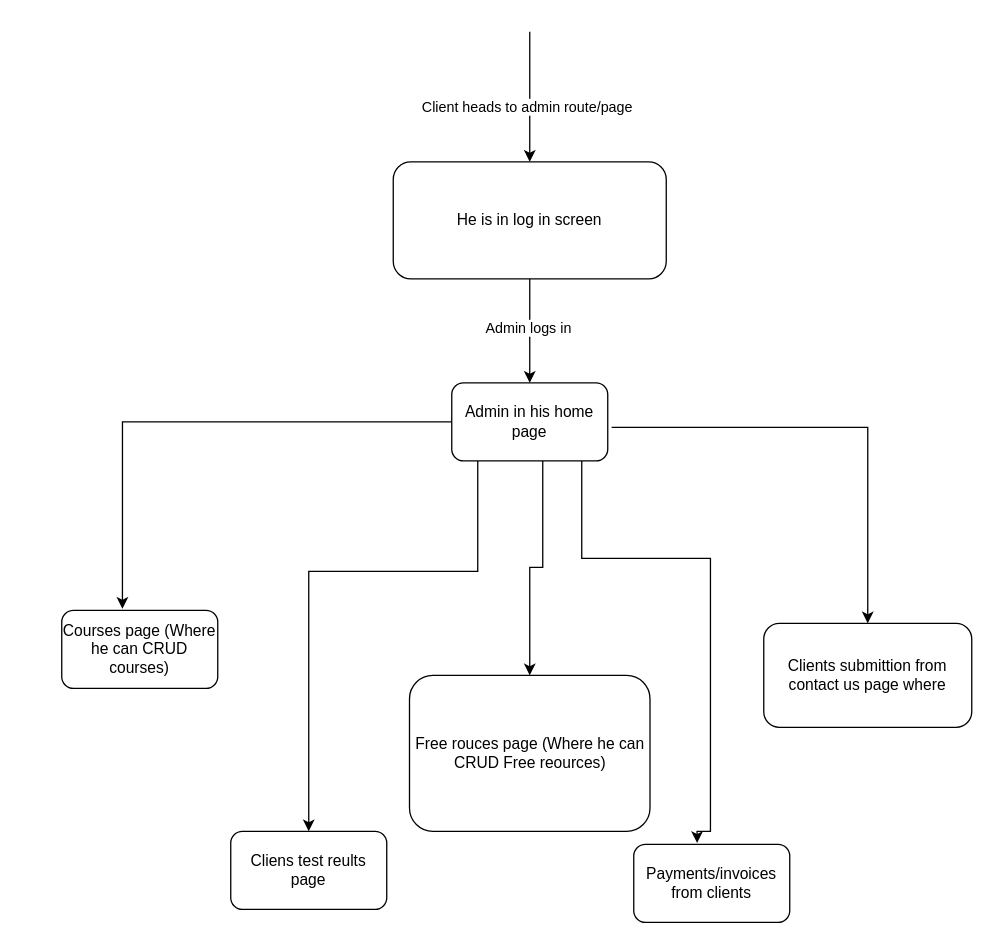
Above: page "AdminPanelPage" (9 of 9) of Untitled Diagram.drawio in tariq7299/ArabicApp (draw.io), before the change. Source tidied: cells renumbered, new cells numbered last; positions are measured from the earlier drawing's top-left corner, leaving out a move shared by most shapes. Both pictures are drawn from the tidied source at 130%, with x=0, y=0 at pixel (61, 31).
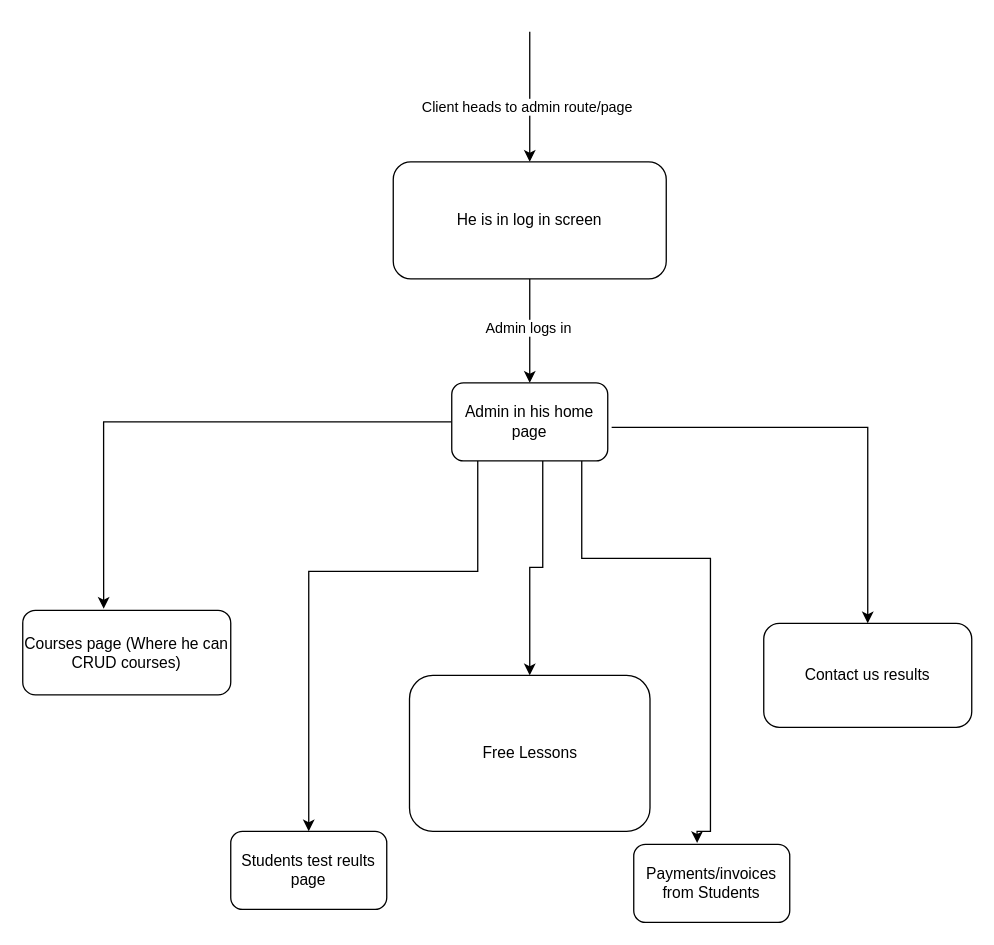
Above is the later version.

Change to the diagram source:
```diff
@@
     <mxCell id="12" value="Courses page (Where he can CRUD courses)" style="rounded=1;whiteSpace=wrap;html=1;" parent="1" vertex="1">
-      <mxGeometry y="445" width="120" height="60" as="geometry" />
+      <mxGeometry x="-30" y="445" width="160" height="65" as="geometry" />
     </mxCell>
-    <mxCell id="13" value="Free rouces page (Where he can CRUD Free reources)" style="rounded=1;whiteSpace=wrap;html=1;" parent="1" vertex="1">
+    <mxCell id="13" value="Free Lessons" style="rounded=1;whiteSpace=wrap;html=1;" parent="1" vertex="1">
       <mxGeometry x="267.5" y="495" width="185" height="120" as="geometry" />
     </mxCell>
-    <mxCell id="14" value="Clients submittion from contact us page where" style="rounded=1;whiteSpace=wrap;html=1;" parent="1" vertex="1">
+    <mxCell id="14" value="Contact us results" style="rounded=1;whiteSpace=wrap;html=1;" parent="1" vertex="1">
       <mxGeometry x="540" y="455" width="160" height="80" as="geometry" />
     </mxCell>
-    <mxCell id="15" value="Cliens test reults page" style="rounded=1;whiteSpace=wrap;html=1;" parent="1" vertex="1">
+    <mxCell id="15" value="Students test reults page" style="rounded=1;whiteSpace=wrap;html=1;" parent="1" vertex="1">
       <mxGeometry x="130" y="615" width="120" height="60" as="geometry" />
     </mxCell>
-    <mxCell id="16" value="Payments/invoices from clients" style="rounded=1;whiteSpace=wrap;html=1;" parent="1" vertex="1">
+    <mxCell id="16" value="Payments/invoices from Students" style="rounded=1;whiteSpace=wrap;html=1;" parent="1" vertex="1">
       <mxGeometry x="440" y="625" width="120" height="60" as="geometry" />
     </mxCell>
```
